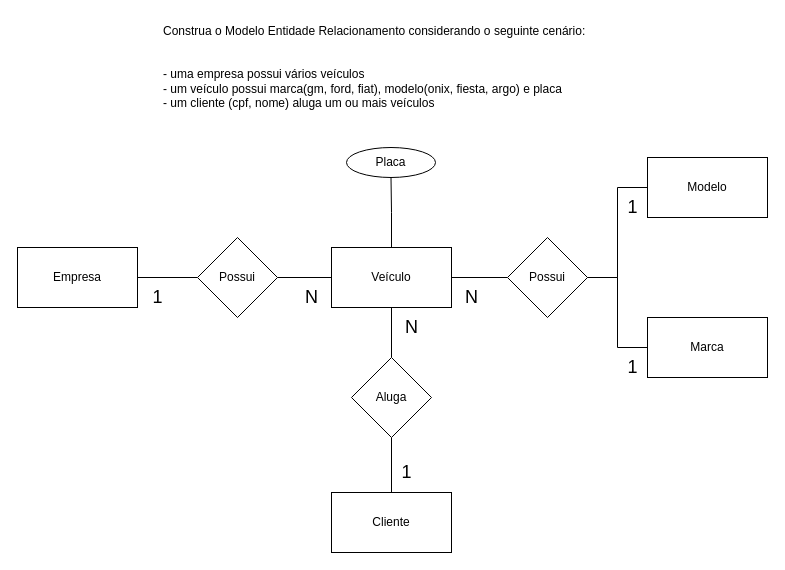
Earlier version of the draw.io diagram exercícios/1.2.drawio (wenderdecastro/senai_sprint1_bd). Source tidied: cells renumbered, new cells numbered last; positions are measured from the earlier drawing's top-left corner, leaving out a move shared by most shapes. Both pictures are drawn from the tidied source at 100%, with x=0, y=0 at pixel (17, 17).
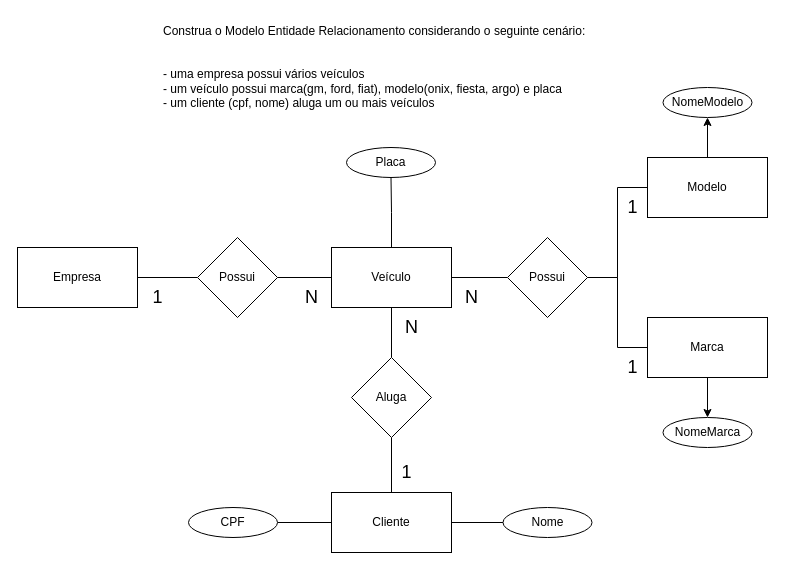
Above is the later version.

Unchanged cells that the change refers to:
```xml
<mxCell id="8" value="Marca" style="rounded=0;whiteSpace=wrap;html=1;" parent="1" vertex="1">
  <mxGeometry x="630" y="300" width="120" height="60" as="geometry" />
</mxCell>
<mxCell id="10" value="Cliente" style="rounded=0;whiteSpace=wrap;html=1;" parent="1" vertex="1">
  <mxGeometry x="314" y="475" width="120" height="60" as="geometry" />
</mxCell>
<mxCell id="26" value="Modelo" style="rounded=0;whiteSpace=wrap;html=1;" parent="1" vertex="1">
  <mxGeometry x="630" y="140" width="120" height="60" as="geometry" />
</mxCell>
```

The edit, as a diff of the source:
```diff
@@
+    <mxCell id="27" style="edgeStyle=orthogonalEdgeStyle;rounded=0;jettySize=auto;html=1;" parent="1" edge="1" source="8" target="33">
+      <mxGeometry relative="1" as="geometry" />
+    </mxCell>
@@
+    <mxCell id="28" style="edgeStyle=orthogonalEdgeStyle;rounded=0;jettySize=auto;html=1;endArrow=none;endFill=0;" parent="1" edge="1" source="10" target="32">
+      <mxGeometry relative="1" as="geometry" />
+    </mxCell>
+    <mxCell id="29" style="edgeStyle=orthogonalEdgeStyle;rounded=0;jettySize=auto;html=1;endArrow=none;endFill=0;" parent="1" edge="1" source="10" target="31">
+      <mxGeometry relative="1" as="geometry" />
+    </mxCell>
@@
+    <mxCell id="30" style="edgeStyle=orthogonalEdgeStyle;rounded=0;jettySize=auto;html=1;" parent="1" edge="1" source="26" target="34">
+      <mxGeometry relative="1" as="geometry" />
+    </mxCell>
@@
+    <mxCell id="31" value="Nome" style="ellipse;whiteSpace=wrap;html=1;" parent="1" vertex="1">
+      <mxGeometry x="485.5" y="490" width="89" height="30" as="geometry" />
+    </mxCell>
+    <mxCell id="32" value="CPF" style="ellipse;whiteSpace=wrap;html=1;" parent="1" vertex="1">
+      <mxGeometry x="171" y="490" width="89" height="30" as="geometry" />
+    </mxCell>
+    <mxCell id="33" value="NomeMarca" style="ellipse;whiteSpace=wrap;html=1;" parent="1" vertex="1">
+      <mxGeometry x="645.5" y="400" width="89" height="30" as="geometry" />
+    </mxCell>
+    <mxCell id="34" value="NomeModelo" style="ellipse;whiteSpace=wrap;html=1;" parent="1" vertex="1">
+      <mxGeometry x="645.5" y="70" width="89" height="30" as="geometry" />
+    </mxCell>
```
